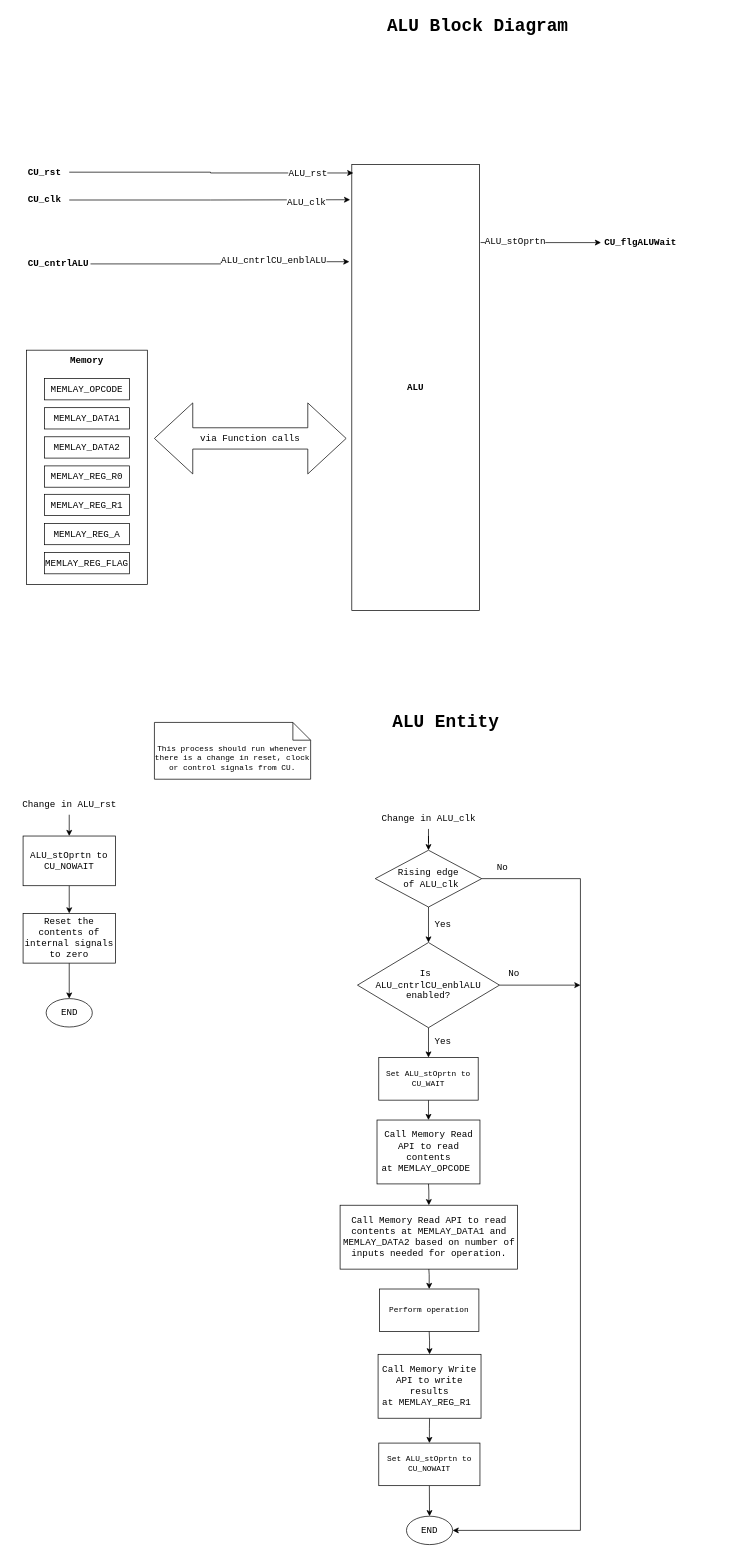
This is page "ALU_BD" (7 of 9) of 04_ControlUnit_v1/CPU_Design.drawio from Vichu95/Basic_CPU_FPGA, a draw.io file, before an edit. Source tidied: cells renumbered, new cells numbered last; positions are measured from the earlier drawing's top-left corner, leaving out a move shared by most shapes. Both pictures are drawn from the tidied source at 71%, with x=0, y=0 at pixel (12, 12).
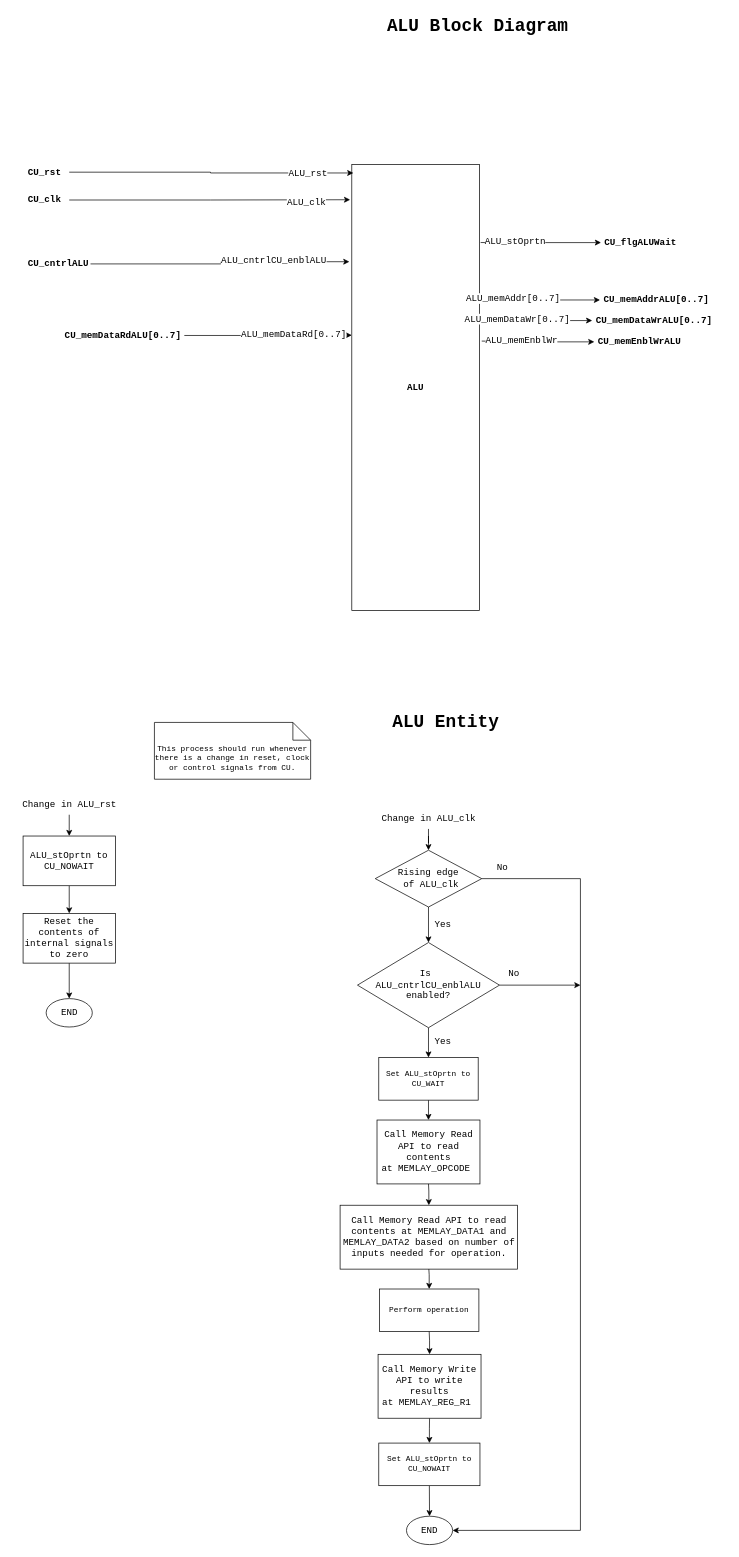
Above is the later version.

Commit message (it also covers changes not shown here):
Added memory signals to the block diagram. 8bit address and data

What changed in the source:
```diff
@@
-    <mxCell id="16" style="group;" parent="1" vertex="1">
-      <mxGeometry x="20" y="475.7" width="170" height="330" as="geometry" />
-    </mxCell>
-    <mxCell id="17" value="Memory" style="rounded=0;whiteSpace=wrap;html=1;labelBackgroundColor=none;fontFamily=Courier New;fontSize=13;fontColor=#000000;fontStyle=1;verticalAlign=top;" parent="16" vertex="1">
-      <mxGeometry width="170" height="330" as="geometry" />
-    </mxCell>
-    <mxCell id="18" value="MEMLAY_OPCODE" style="rounded=0;whiteSpace=wrap;html=1;labelBackgroundColor=none;fontFamily=Courier New;fontSize=13;fontColor=#000000;" parent="16" vertex="1">
-      <mxGeometry x="25" y="40" width="120" height="30" as="geometry" />
-    </mxCell>
-    <mxCell id="19" value="MEMLAY_DATA1" style="rounded=0;whiteSpace=wrap;html=1;labelBackgroundColor=none;fontFamily=Courier New;fontSize=13;fontColor=#000000;" parent="16" vertex="1">
-      <mxGeometry x="25" y="81" width="120" height="30" as="geometry" />
-    </mxCell>
-    <mxCell id="20" value="MEMLAY_DATA2" style="rounded=0;whiteSpace=wrap;html=1;labelBackgroundColor=none;fontFamily=Courier New;fontSize=13;fontColor=#000000;" parent="16" vertex="1">
-      <mxGeometry x="25" y="122" width="120" height="30" as="geometry" />
-    </mxCell>
-    <mxCell id="21" value="MEMLAY_REG_R0" style="rounded=0;whiteSpace=wrap;html=1;labelBackgroundColor=none;fontFamily=Courier New;fontSize=13;fontColor=#000000;" parent="16" vertex="1">
-      <mxGeometry x="25" y="163" width="120" height="30" as="geometry" />
-    </mxCell>
-    <mxCell id="22" value="MEMLAY_REG_R1" style="rounded=0;whiteSpace=wrap;html=1;labelBackgroundColor=none;fontFamily=Courier New;fontSize=13;fontColor=#000000;" parent="16" vertex="1">
-      <mxGeometry x="25" y="203" width="120" height="30" as="geometry" />
-    </mxCell>
-    <mxCell id="23" value="MEMLAY_REG_A" style="rounded=0;whiteSpace=wrap;html=1;labelBackgroundColor=none;fontFamily=Courier New;fontSize=13;fontColor=#000000;" parent="16" vertex="1">
-      <mxGeometry x="25" y="244" width="120" height="30" as="geometry" />
-    </mxCell>
-    <mxCell id="24" value="MEMLAY_REG_FLAG" style="rounded=0;whiteSpace=wrap;html=1;labelBackgroundColor=none;fontFamily=Courier New;fontSize=13;fontColor=#000000;" parent="16" vertex="1">
-      <mxGeometry x="25" y="285" width="120" height="30" as="geometry" />
-    </mxCell>
-    <mxCell id="25" value="via Function calls" style="shape=doubleArrow;whiteSpace=wrap;html=1;labelBackgroundColor=none;fontFamily=Courier New;fontSize=13;fontColor=#000000;rotation=0;" parent="1" vertex="1">
-      <mxGeometry x="200" y="550" width="270" height="100" as="geometry" />
-    </mxCell>
@@
+    <mxCell id="60" style="edgeStyle=orthogonalEdgeStyle;rounded=0;jettySize=auto;html=1;entryX=1.008;entryY=0.175;entryDx=0;entryDy=0;entryPerimeter=0;fontFamily=Courier New;fontSize=13;fontColor=#000000;startArrow=classic;startFill=1;endArrow=none;endFill=0;" parent="1" edge="1" source="62">
+      <mxGeometry relative="1" as="geometry">
+        <mxPoint x="661" y="403.9" as="targetPoint" />
+      </mxGeometry>
+    </mxCell>
+    <mxCell id="61" value="ALU_memAddr[0..7]" style="edgeLabel;html=1;align=center;verticalAlign=middle;fontSize=13;fontFamily=Courier New;fontColor=#000000;" parent="60" vertex="1">
+      <mxGeometry x="0.63" y="-2" relative="1" as="geometry">
+        <mxPoint x="12" as="offset" />
+      </mxGeometry>
+    </mxCell>
+    <mxCell id="62" value="CU_memAddrALU[0..7]" style="text;html=1;align=left;verticalAlign=middle;points=[];strokeColor=none;fillColor=none;fontStyle=1;labelBackgroundColor=none;fontColor=#000000;fontSize=13;fontFamily=Courier New;spacingLeft=3;" parent="1" vertex="1">
+      <mxGeometry x="827.6" y="390" width="170" height="30" as="geometry" />
+    </mxCell>
+    <mxCell id="63" style="edgeStyle=orthogonalEdgeStyle;rounded=0;jettySize=auto;html=1;entryX=1.014;entryY=0.222;entryDx=0;entryDy=0;entryPerimeter=0;fontFamily=Courier New;fontSize=13;fontColor=#000000;startArrow=classic;startFill=1;endArrow=none;endFill=0;" parent="1" edge="1" source="65">
+      <mxGeometry relative="1" as="geometry">
+        <mxPoint x="662.1" y="433.4" as="targetPoint" />
+      </mxGeometry>
+    </mxCell>
+    <mxCell id="64" value="ALU_memDataWr[0..7]" style="edgeLabel;html=1;align=center;verticalAlign=middle;fontSize=13;fontFamily=Courier New;fontColor=#000000;" parent="63" vertex="1">
+      <mxGeometry x="0.73" y="-2" relative="1" as="geometry">
+        <mxPoint x="28" as="offset" />
+      </mxGeometry>
+    </mxCell>
+    <mxCell id="65" value="CU_memDataWrALU[0..7]" style="text;html=1;align=left;verticalAlign=middle;points=[];strokeColor=none;fillColor=none;fontStyle=1;labelBackgroundColor=none;fontColor=#000000;fontSize=13;fontFamily=Courier New;spacingLeft=3;" parent="1" vertex="1">
+      <mxGeometry x="816.6" y="419" width="190" height="30" as="geometry" />
+    </mxCell>
+    <mxCell id="66" style="edgeStyle=orthogonalEdgeStyle;rounded=0;jettySize=auto;html=1;entryX=1.008;entryY=0.175;entryDx=0;entryDy=0;entryPerimeter=0;fontFamily=Courier New;fontSize=13;fontColor=#000000;startArrow=classic;startFill=1;endArrow=none;endFill=0;" parent="1" edge="1" source="68">
+      <mxGeometry relative="1" as="geometry">
+        <mxPoint x="661" y="462.9" as="targetPoint" />
+      </mxGeometry>
+    </mxCell>
+    <mxCell id="67" value="ALU_memEnblWr" style="edgeLabel;html=1;align=center;verticalAlign=middle;fontSize=13;fontFamily=Courier New;fontColor=#000000;" parent="66" vertex="1">
+      <mxGeometry x="0.63" y="-2" relative="1" as="geometry">
+        <mxPoint x="26" as="offset" />
+      </mxGeometry>
+    </mxCell>
+    <mxCell id="68" value="CU_memEnblWrALU" style="text;html=1;align=left;verticalAlign=middle;points=[];strokeColor=none;fillColor=none;fontStyle=1;labelBackgroundColor=none;fontColor=#000000;fontSize=13;fontFamily=Courier New;spacingLeft=3;" parent="1" vertex="1">
+      <mxGeometry x="819.6" y="449" width="140" height="30" as="geometry" />
+    </mxCell>
+    <mxCell id="69" style="edgeStyle=orthogonalEdgeStyle;rounded=0;jettySize=auto;html=1;entryX=-0.017;entryY=0.458;entryDx=0;entryDy=0;entryPerimeter=0;fontFamily=Courier New;fontSize=13;fontColor=#000000;startArrow=none;startFill=0;endArrow=classic;endFill=1;" parent="1" edge="1" source="71">
+      <mxGeometry relative="1" as="geometry">
+        <mxPoint x="478" y="454.6" as="targetPoint" />
+      </mxGeometry>
+    </mxCell>
+    <mxCell id="70" value="ALU_memDataRd[0..7]" style="edgeLabel;html=1;align=center;verticalAlign=middle;fontSize=13;fontFamily=Courier New;fontColor=#000000;" parent="69" vertex="1">
+      <mxGeometry x="0.46" y="2" relative="1" as="geometry">
+        <mxPoint x="-18" as="offset" />
+      </mxGeometry>
+    </mxCell>
+    <mxCell id="71" value="CU_memDataRdALU[0..7]" style="text;html=1;align=left;verticalAlign=middle;points=[];strokeColor=none;fillColor=none;fontStyle=1;labelBackgroundColor=none;fontColor=#000000;fontSize=13;fontFamily=Courier New;spacing=2;spacingRight=-13;" parent="1" vertex="1">
+      <mxGeometry x="72.1" y="440" width="170" height="30" as="geometry" />
+    </mxCell>
```
